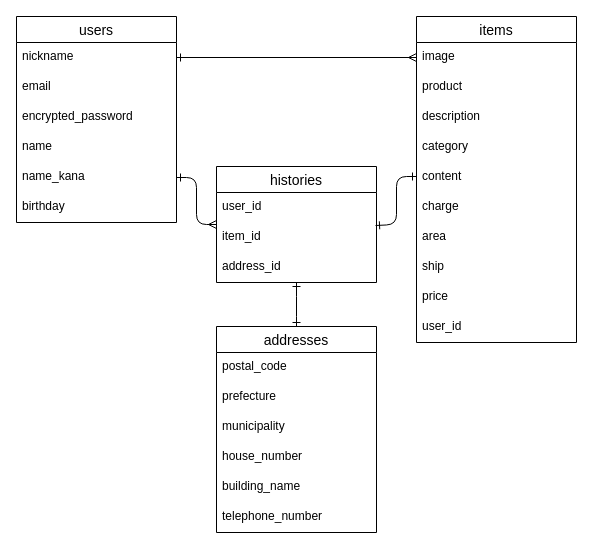
Earlier version of the draw.io diagram designdb.dio (HSKINK/furima-36187). Source tidied: cells renumbered, new cells numbered last; positions are measured from the earlier drawing's top-left corner, leaving out a move shared by most shapes. Both pictures are drawn from the tidied source at 100%, with x=0, y=0 at pixel (16, 16).
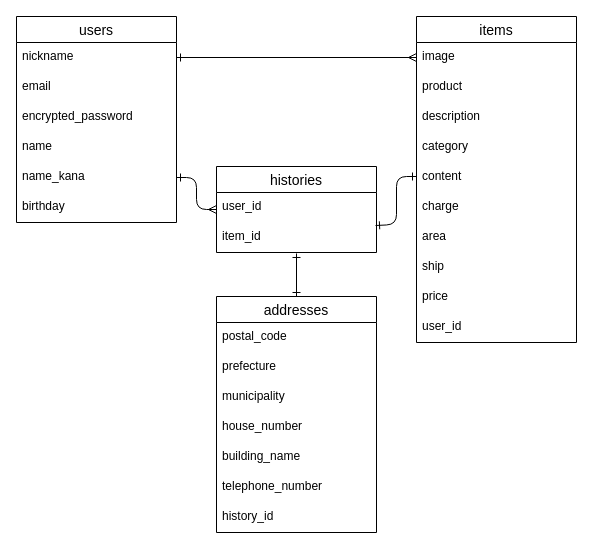
After the change.

Unchanged cells that the change refers to:
```xml
<mxCell id="30" value="item_id" style="text;strokeColor=none;fillColor=none;spacingLeft=4;spacingRight=4;overflow=hidden;points=[[0,0.5],[1,0.5]];portConstraint=eastwest;fontSize=12;" parent="28" vertex="1">
  <mxGeometry y="56" width="160" height="30" as="geometry" />
</mxCell>
```

What changed in the source:
```diff
@@
     <mxCell id="9" value="addresses" style="swimlane;fontStyle=0;horizontal=1;startSize=26;align=center;fontSize=14;" parent="1" vertex="1">
-      <mxGeometry x="200" y="310" width="160" height="206" as="geometry" />
+      <mxGeometry x="200" y="280" width="160" height="236" as="geometry" />
     </mxCell>
@@
+    <mxCell id="31" value="history_id" style="text;strokeColor=none;fillColor=none;spacingLeft=4;spacingRight=4;overflow=hidden;points=[[0,0.5],[1,0.5]];portConstraint=eastwest;fontSize=12;" parent="9" vertex="1">
+      <mxGeometry y="206" width="160" height="30" as="geometry" />
+    </mxCell>
@@
     <mxCell id="28" value="histories" style="swimlane;fontStyle=0;horizontal=1;startSize=26;align=center;fontSize=14;" parent="1" vertex="1">
-      <mxGeometry x="200" y="150" width="160" height="116" as="geometry" />
+      <mxGeometry x="200" y="150" width="160" height="86" as="geometry" />
     </mxCell>
@@
-    <mxCell id="31" value="address_id" style="text;strokeColor=none;fillColor=none;spacingLeft=4;spacingRight=4;overflow=hidden;points=[[0,0.5],[1,0.5]];portConstraint=eastwest;fontSize=12;" parent="28" vertex="1">
-      <mxGeometry y="86" width="160" height="30" as="geometry" />
-    </mxCell>
@@
-    <mxCell id="34" style="edgeStyle=orthogonalEdgeStyle;fontSize=12;html=1;endArrow=ERone;endFill=0;startArrow=ERone;startFill=0;entryX=0.5;entryY=0;entryDx=0;entryDy=0;exitX=0.5;exitY=1;exitDx=0;exitDy=0;exitPerimeter=0;" parent="1" edge="1" source="31" target="9">
-      <mxGeometry relative="1" as="geometry">
-        <Array as="points">
-          <mxPoint x="280" y="290" />
-          <mxPoint x="280" y="290" />
-        </Array>
-      </mxGeometry>
-    </mxCell>
+    <mxCell id="35" style="edgeStyle=orthogonalEdgeStyle;fontSize=12;html=1;endArrow=ERone;endFill=0;startArrow=ERone;startFill=0;entryX=0.5;entryY=0;entryDx=0;entryDy=0;exitX=0.5;exitY=1.033;exitDx=0;exitDy=0;exitPerimeter=0;" parent="1" edge="1" source="30" target="9">
+      <mxGeometry relative="1" as="geometry" />
+    </mxCell>
```
